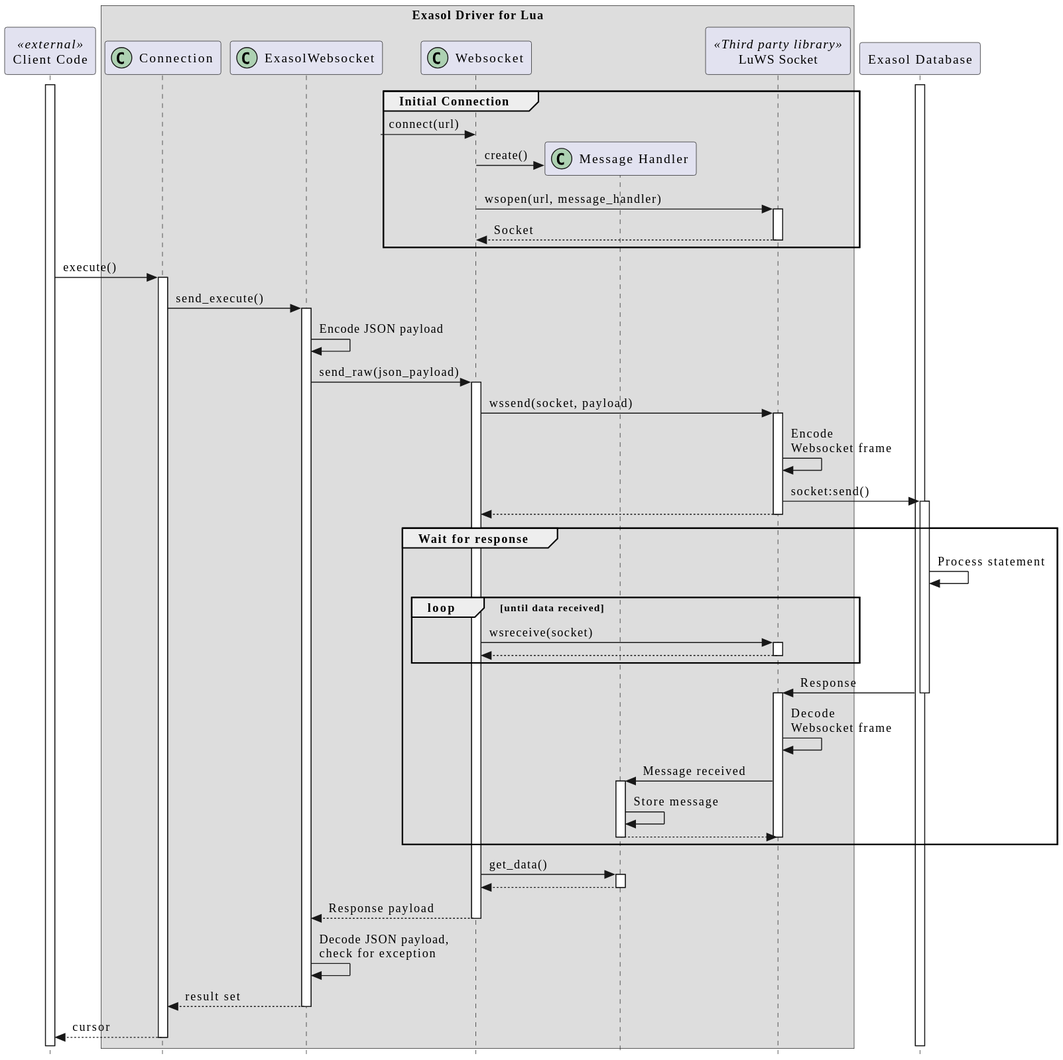
Above: doc/images/generated/seq_websocket_request_response.svg in exasol/exasol-driver-lua (PlantUML), before the change.
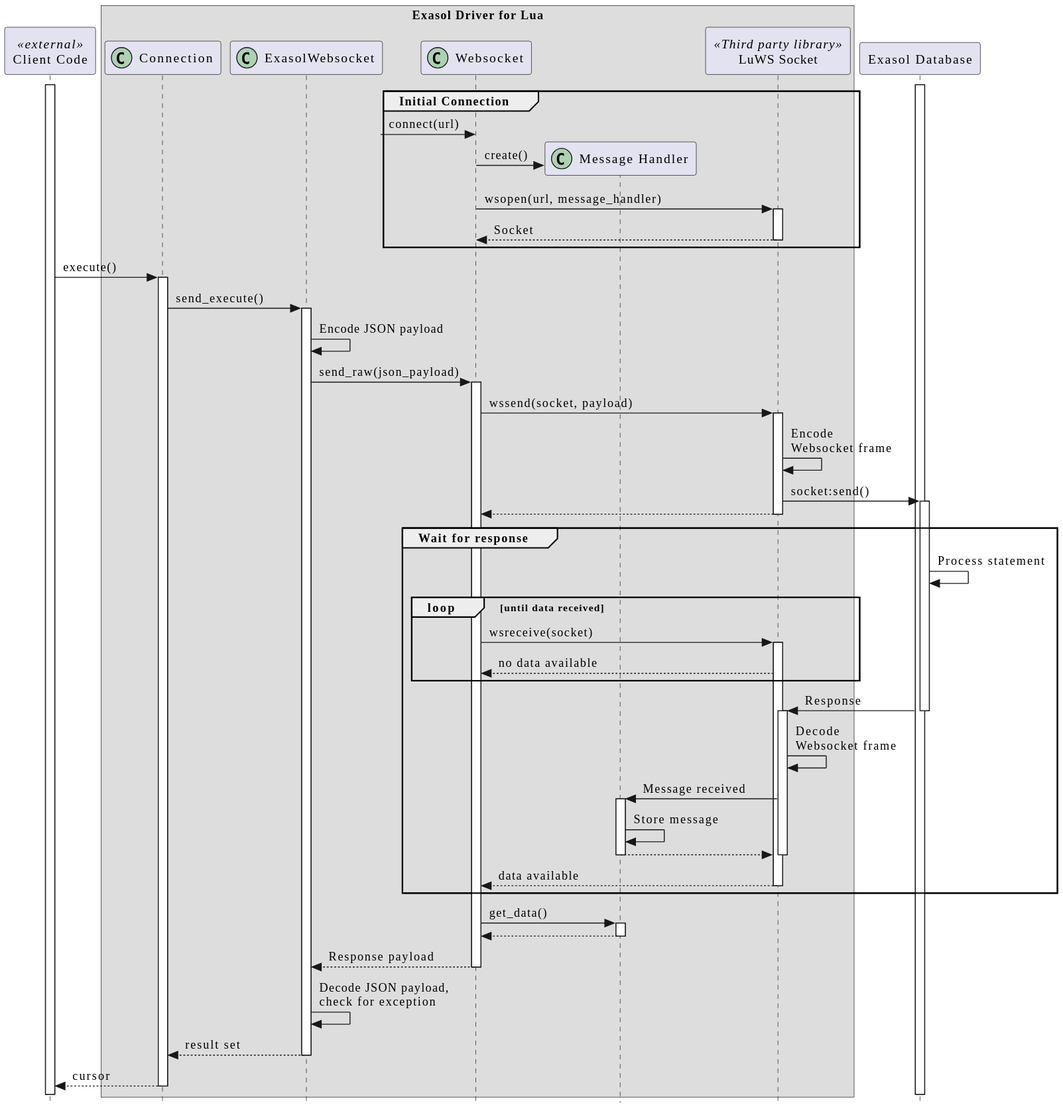
After the change.

What changed in the source:
```diff
@@ -43,18 +43,20 @@
     loop until data received
         ws -> luws : wsreceive(socket)
         activate luws
-        luws --> ws
-        deactivate luws
+        luws --> ws : no data available
     end
     db -> luws: Response
     deactivate db
     activate luws
+    deactivate luws
     luws -> luws : Decode\nWebsocket frame
     luws -> msghandler : Message received
     activate msghandler
     msghandler -> msghandler : Store message
     msghandler --> luws
     deactivate msghandler
+    deactivate luws
+    luws --> ws : data available
     deactivate luws
 end
 
```
